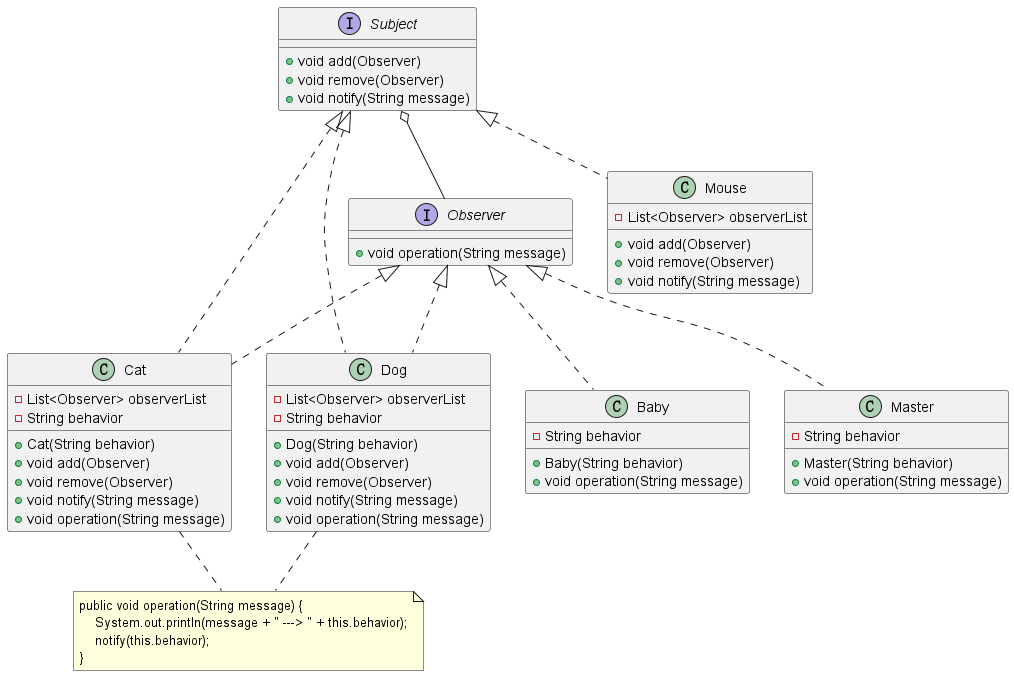
sunnyzhy/Design-pattern keeps this PlantUML diagram as spring-cloud-design-pattern/behavior-observer-pattern/src/main/resources/static/diagram-demo.png. Above is the earlier version.
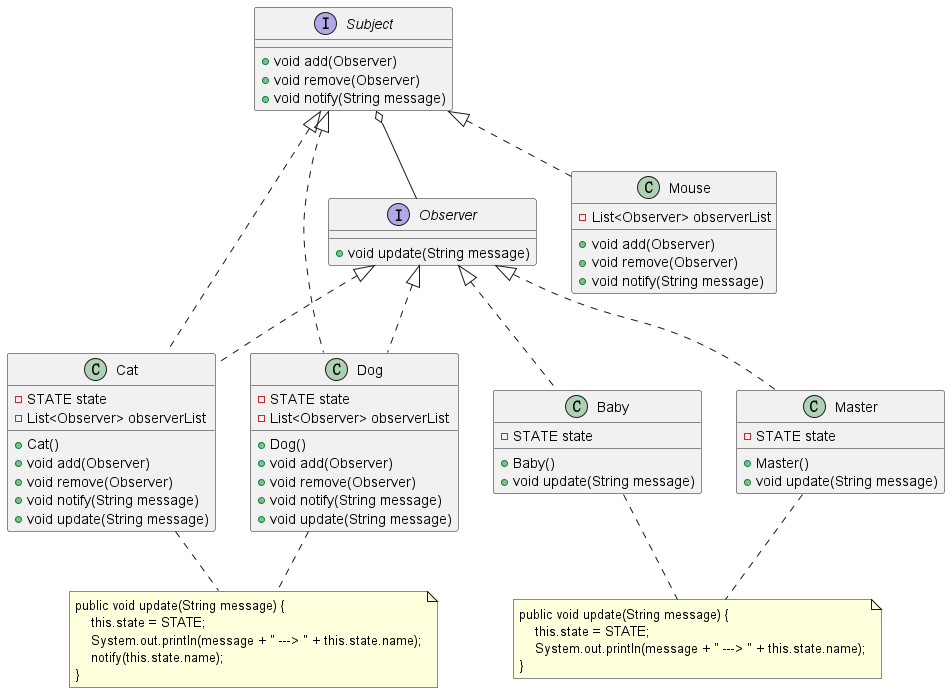
Above is the later version.

Change to the diagram source:
```diff
@@ -9,7 +9,7 @@
 }
 
 interface Observer {
-  +void operation(String message)
+  +void update(String message)
 }
 
 class Mouse implements Subject {
@@ -21,49 +21,60 @@
 }
 
 class Cat implements Observer, Subject {
+  -STATE state
   -List<Observer> observerList
-  -String behavior
 
-  +Cat(String behavior)
+  +Cat()
   +void add(Observer)
   +void remove(Observer)
   +void notify(String message)
-  +void operation(String message)
+  +void update(String message)
 }
 
 class Dog implements Observer, Subject {
+  -STATE state
   -List<Observer> observerList
-  -String behavior
 
-  +Dog(String behavior)
+  +Dog()
   +void add(Observer)
   +void remove(Observer)
   +void notify(String message)
-  +void operation(String message)
+  +void update(String message)
 }
 
 class Baby implements Observer {
-  -String behavior
+  -STATE state
 
-  +Baby(String behavior)
-  +void operation(String message)
+  +Baby()
+  +void update(String message)
 }
 
 class Master implements Observer {
-  -String behavior
+  -STATE state
 
-  +Master(String behavior)
-  +void operation(String message)
+  +Master()
+  +void update(String message)
 }
 
 note as N
-    public void operation(String message) {
-        System.out.println(message + " ---> " + this.behavior);
-        notify(this.behavior);
+    public void update(String message) {
+        this.state = STATE;
+        System.out.println(message + " ---> " + this.state.name);
+        notify(this.state.name);
+    }
+end note
+
+note as M
+    public void update(String message) {
+        this.state = STATE;
+        System.out.println(message + " ---> " + this.state.name);
     }
 end note
 
 Cat .. N
 Dog .. N
 
+Baby .. M
+Master .. M
+
 @enduml
```
